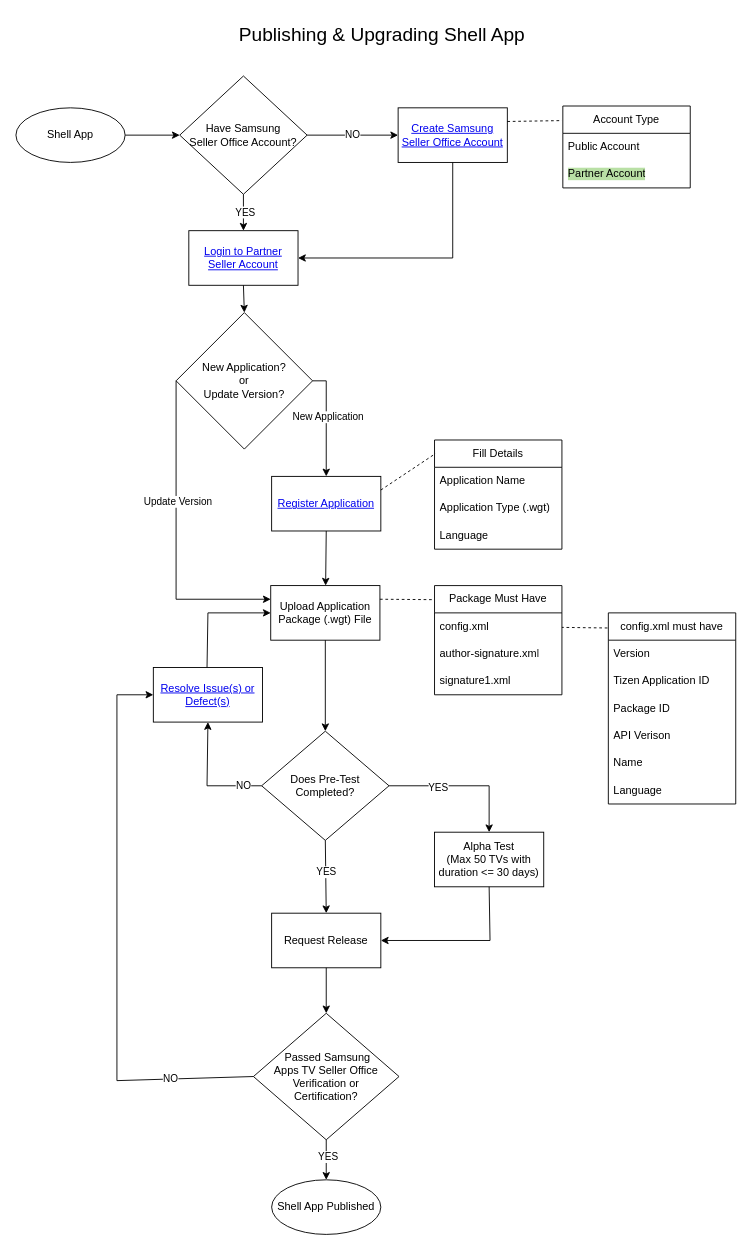
Before: shell-app-publishing.drawio in ashokkumarsh/diagrams, a draw.io diagram. Source tidied: cells renumbered, new cells numbered last; positions are measured from the earlier drawing's top-left corner, leaving out a move shared by most shapes. Both pictures are drawn from the tidied source at 91%, with x=0, y=0 at pixel (15, 15).
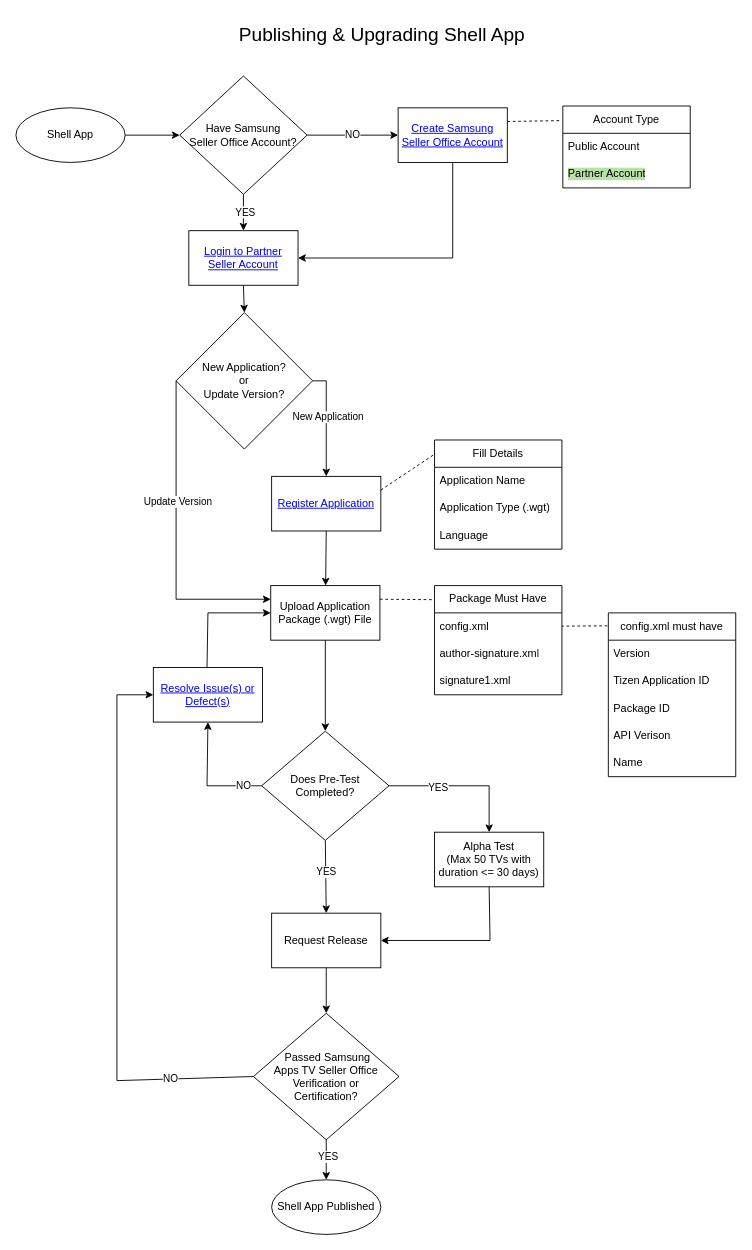
After the change.

Change to the diagram source:
```diff
@@
     <mxCell id="25" value="config.xml must have" style="swimlane;fontStyle=0;horizontal=1;startSize=30;whiteSpace=wrap;html=1;" parent="1" vertex="1">
-      <mxGeometry x="651" y="656" width="140" height="210" as="geometry" />
+      <mxGeometry x="651" y="656" width="140" height="180" as="geometry" />
     </mxCell>
@@
-    <mxCell id="31" value="Language" style="text;strokeColor=none;fillColor=none;align=left;verticalAlign=middle;spacingLeft=4;spacingRight=4;overflow=hidden;whiteSpace=wrap;html=1;" parent="25" vertex="1">
-      <mxGeometry y="180" width="140" height="30" as="geometry" />
-    </mxCell>
```
